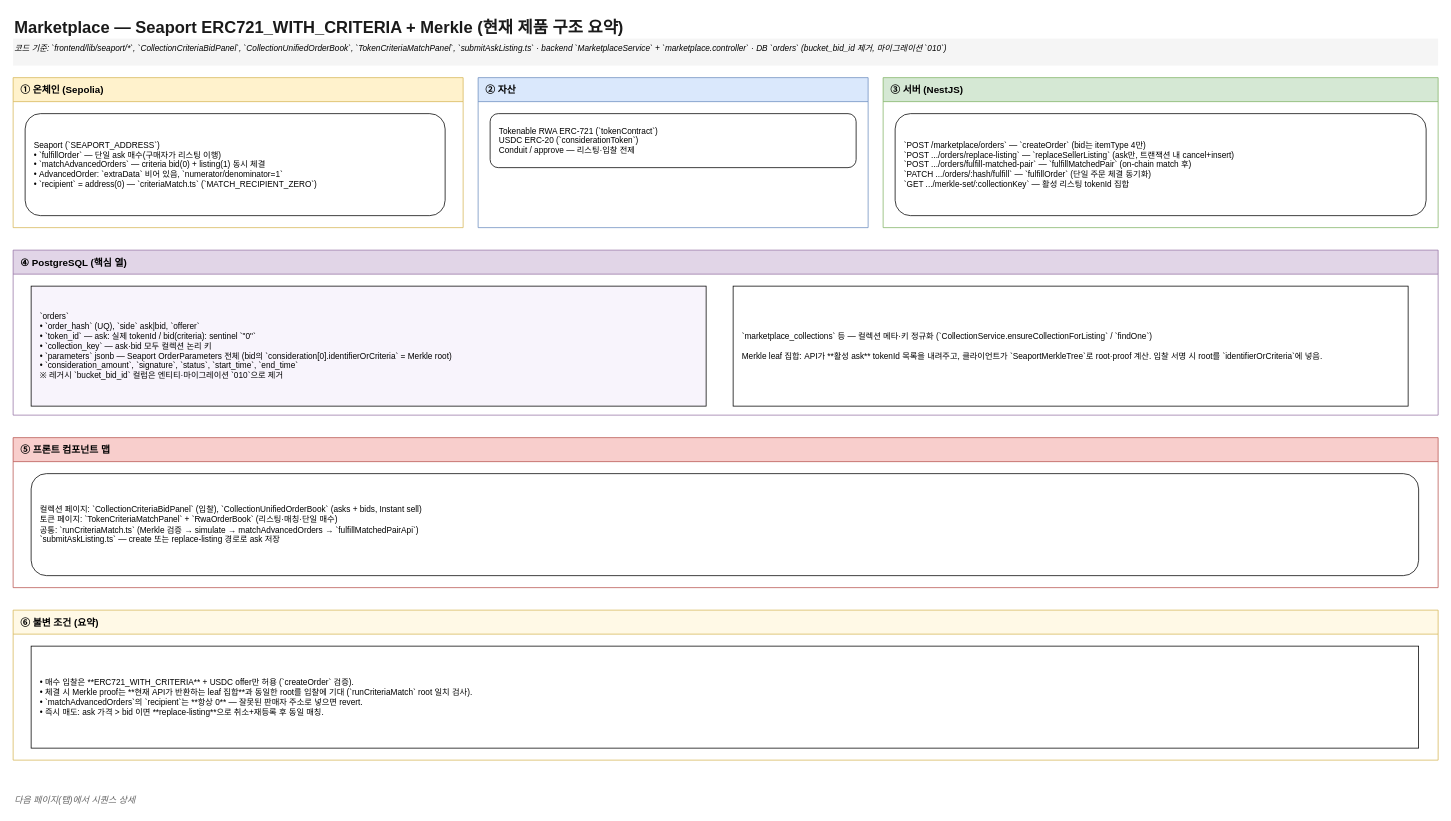
The draw.io diagram page "1 — 액터·레이어·저장소" (1 of 2) of docs/diagrams/marketplace-seaport-criteria-architecture.drawio in tokenable-dev/tokenable-dev, before the edit. Source tidied: cells renumbered, new cells numbered last; positions are measured from the earlier drawing's top-left corner, leaving out a move shared by most shapes. Both pictures are drawn from the tidied source at 75%, with x=0, y=0 at pixel (13, 13).
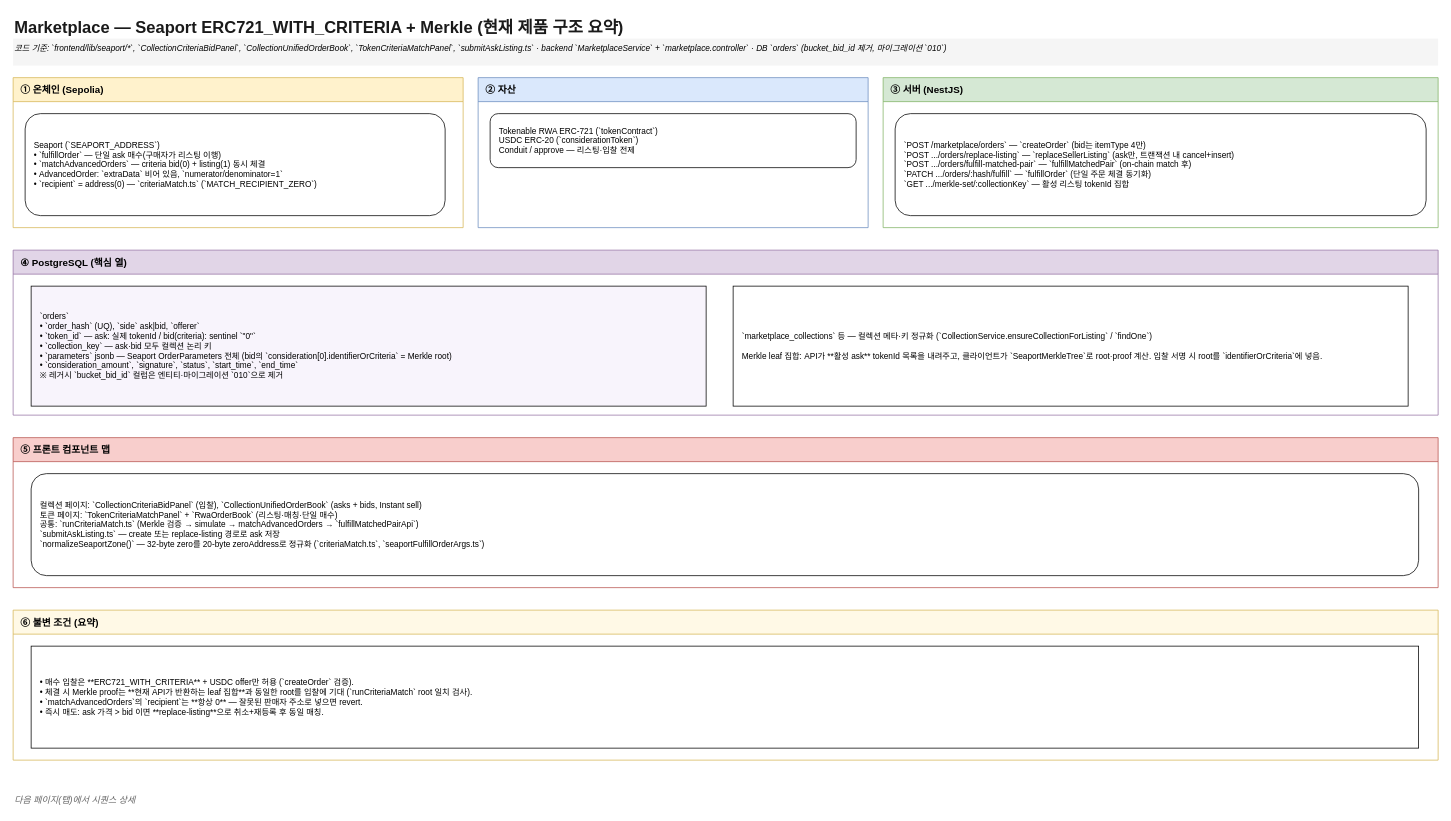
The same page after the edit.

What changed in the source:
```diff
@@
 <mxGraphModel>
   <root>
     <mxCell id="0" />
     <mxCell id="1" parent="0" />
     <mxCell id="2" value="Marketplace — Seaport ERC721_WITH_CRITERIA + Merkle (현재 제품 구조 요약)" style="text;html=1;fontSize=22;fontStyle=1;align=left;fontColor=#1a1a1a;" parent="1" vertex="1">
       <mxGeometry width="1200" height="36" as="geometry" />
     </mxCell>
     <mxCell id="3" value="코드 기준: `frontend/lib/seaport/*`, `CollectionCriteriaBidPanel`, `CollectionUnifiedOrderBook`, `TokenCriteriaMatchPanel`, `submitAskListing.ts` · backend `MarketplaceService` + `marketplace.controller` · DB `orders` (bucket_bid_id 제거, 마이그레이션 `010`)" style="text;html=1;fontSize=11;fontStyle=2;align=left;fillColor=#f5f5f5;" parent="1" vertex="1">
       <mxGeometry y="34" width="1900" height="36" as="geometry" />
     </mxCell>
     <mxCell id="4" value="① 온체인 (Sepolia)" style="swimlane;horizontal=1;startSize=32;fillColor=#fff2cc;strokeColor=#d6b656;fontStyle=1;fontSize=13;align=left;spacingLeft=8;" parent="1" vertex="1">
       <mxGeometry y="86" width="600" height="200" as="geometry" />
     </mxCell>
     <mxCell id="5" value="Seaport (`SEAPORT_ADDRESS`)&#10;• `fulfillOrder` — 단일 ask 매수(구매자가 리스팅 이행)&#10;• `matchAdvancedOrders` — criteria bid(0) + listing(1) 동시 체결&#10;• AdvancedOrder: `extraData` 비어 있음, `numerator/denominator=1`&#10;• `recipient` = address(0) — `criteriaMatch.ts` (`MATCH_RECIPIENT_ZERO`)" style="rounded=1;whiteSpace=wrap;html=1;align=left;spacingLeft=10;fontSize=11;fillColor=#ffffff;" parent="4" vertex="1">
       <mxGeometry x="16" y="48" width="560" height="136" as="geometry" />
     </mxCell>
     <mxCell id="6" value="② 자산" style="swimlane;horizontal=1;startSize=32;fillColor=#dae8fc;strokeColor=#6c8ebf;fontStyle=1;fontSize=13;align=left;spacingLeft=8;" parent="1" vertex="1">
       <mxGeometry x="620" y="86" width="520" height="200" as="geometry" />
     </mxCell>
     <mxCell id="7" value="Tokenable RWA ERC-721 (`tokenContract`)&#10;USDC ERC-20 (`considerationToken`)&#10;Conduit / approve — 리스팅·입찰 전제" style="rounded=1;whiteSpace=wrap;html=1;align=left;spacingLeft=10;fontSize=11;fillColor=#ffffff;" parent="6" vertex="1">
       <mxGeometry x="16" y="48" width="488" height="72" as="geometry" />
     </mxCell>
     <mxCell id="8" value="③ 서버 (NestJS)" style="swimlane;horizontal=1;startSize=32;fillColor=#d5e8d4;strokeColor=#82b366;fontStyle=1;fontSize=13;align=left;spacingLeft=8;" parent="1" vertex="1">
       <mxGeometry x="1160" y="86" width="740" height="200" as="geometry" />
     </mxCell>
     <mxCell id="9" value="`POST /marketplace/orders` — `createOrder` (bid는 itemType 4만)&#10;`POST .../orders/replace-listing` — `replaceSellerListing` (ask만, 트랜잭션 내 cancel+insert)&#10;`POST .../orders/fulfill-matched-pair` — `fulfillMatchedPair` (on-chain match 후)&#10;`PATCH .../orders/:hash/fulfill` — `fulfillOrder` (단일 주문 체결 동기화)&#10;`GET .../merkle-set/:collectionKey` — 활성 리스팅 tokenId 집합" style="rounded=1;whiteSpace=wrap;html=1;align=left;spacingLeft=10;fontSize=11;fillColor=#ffffff;" parent="8" vertex="1">
       <mxGeometry x="16" y="48" width="708" height="136" as="geometry" />
     </mxCell>
     <mxCell id="10" value="④ PostgreSQL (핵심 열)" style="swimlane;horizontal=1;startSize=32;fillColor=#e1d5e7;strokeColor=#9673a6;fontStyle=1;fontSize=13;align=left;spacingLeft=8;" parent="1" vertex="1">
       <mxGeometry y="316" width="1900" height="220" as="geometry" />
     </mxCell>
     <mxCell id="11" value="`orders`&#10;• `order_hash` (UQ), `side` ask|bid, `offerer`&#10;• `token_id` — ask: 실제 tokenId / bid(criteria): sentinel `&quot;0&quot;`&#10;• `collection_key` — ask·bid 모두 컬렉션 논리 키&#10;• `parameters` jsonb — Seaport OrderParameters 전체 (bid의 `consideration[0].identifierOrCriteria` = Merkle root)&#10;• `consideration_amount`, `signature`, `status`, `start_time`, `end_time`&#10;※ 레거시 `bucket_bid_id` 컬럼은 엔티티·마이그레이션 `010`으로 제거" style="rounded=0;whiteSpace=wrap;html=1;align=left;spacingLeft=10;fontSize=11;fillColor=#f8f4fc;" parent="10" vertex="1">
       <mxGeometry x="24" y="48" width="900" height="160" as="geometry" />
     </mxCell>
     <mxCell id="12" value="`marketplace_collections` 등 — 컬렉션 메타·키 정규화 (`CollectionService.ensureCollectionForListing` / `findOne`)&#10;&#10;Merkle leaf 집합: API가 **활성 ask** tokenId 목록을 내려주고, 클라이언트가 `SeaportMerkleTree`로 root·proof 계산. 입찰 서명 시 root를 `identifierOrCriteria`에 넣음." style="rounded=0;whiteSpace=wrap;html=1;align=left;spacingLeft=10;fontSize=11;fillColor=#ffffff;" parent="10" vertex="1">
       <mxGeometry x="960" y="48" width="900" height="160" as="geometry" />
     </mxCell>
     <mxCell id="13" value="⑤ 프론트 컴포넌트 맵" style="swimlane;horizontal=1;startSize=32;fillColor=#f8cecc;strokeColor=#b85450;fontStyle=1;fontSize=13;align=left;spacingLeft=8;" parent="1" vertex="1">
       <mxGeometry y="566" width="1900" height="200" as="geometry" />
     </mxCell>
-    <mxCell id="14" value="컬렉션 페이지: `CollectionCriteriaBidPanel` (입찰), `CollectionUnifiedOrderBook` (asks + bids, Instant sell)&#10;토큰 페이지: `TokenCriteriaMatchPanel` + `RwaOrderBook` (리스팅·매칭·단일 매수)&#10;공통: `runCriteriaMatch.ts` (Merkle 검증 → simulate → matchAdvancedOrders → `fulfillMatchedPairApi`)&#10;`submitAskListing.ts` — create 또는 replace-listing 경로로 ask 저장" style="rounded=1;whiteSpace=wrap;html=1;align=left;spacingLeft=10;fontSize=11;fillColor=#ffffff;" parent="13" vertex="1">
+    <mxCell id="14" value="컬렉션 페이지: `CollectionCriteriaBidPanel` (입찰), `CollectionUnifiedOrderBook` (asks + bids, Instant sell)&#10;토큰 페이지: `TokenCriteriaMatchPanel` + `RwaOrderBook` (리스팅·매칭·단일 매수)&#10;공통: `runCriteriaMatch.ts` (Merkle 검증 → simulate → matchAdvancedOrders → `fulfillMatchedPairApi`)&#10;`submitAskListing.ts` — create 또는 replace-listing 경로로 ask 저장&#10;`normalizeSeaportZone()` — 32-byte zero를 20-byte zeroAddress로 정규화 (`criteriaMatch.ts`, `seaportFulfillOrderArgs.ts`)" style="rounded=1;whiteSpace=wrap;html=1;align=left;spacingLeft=10;fontSize=11;fillColor=#ffffff;" parent="13" vertex="1">
       <mxGeometry x="24" y="48" width="1850" height="136" as="geometry" />
     </mxCell>
     <mxCell id="15" value="⑥ 불변 조건 (요약)" style="swimlane;horizontal=1;startSize=32;fillColor=#fff9e6;strokeColor=#d6b656;fontStyle=1;fontSize=13;align=left;spacingLeft=8;" parent="1" vertex="1">
       <mxGeometry y="796" width="1900" height="200" as="geometry" />
     </mxCell>
     <mxCell id="16" value="• 매수 입찰은 **ERC721_WITH_CRITERIA** + USDC offer만 허용 (`createOrder` 검증).&#10;• 체결 시 Merkle proof는 **현재 API가 반환하는 leaf 집합**과 동일한 root를 입찰에 기대 (`runCriteriaMatch` root 일치 검사).&#10;• `matchAdvancedOrders`의 `recipient`는 **항상 0** — 잘못된 판매자 주소로 넣으면 revert.&#10;• 즉시 매도: ask 가격 &gt; bid 이면 **replace-listing**으로 취소+재등록 후 동일 매칭." style="rounded=0;whiteSpace=wrap;html=1;align=left;spacingLeft=10;fontSize=11;fillColor=#ffffff;" parent="15" vertex="1">
       <mxGeometry x="24" y="48" width="1850" height="136" as="geometry" />
     </mxCell>
     <mxCell id="17" value="다음 페이지(탭)에서 시퀀스 상세" style="text;html=1;fontSize=12;fontStyle=2;align=left;fontColor=#666666;" parent="1" vertex="1">
       <mxGeometry y="1036" width="400" height="24" as="geometry" />
     </mxCell>
   </root>
 </mxGraphModel>
```
